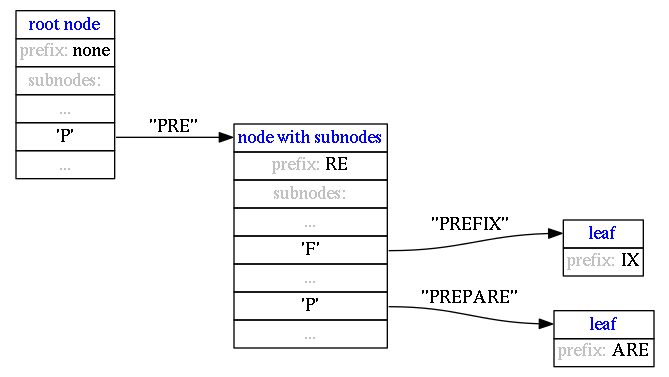
vmxdev/tkvdb keeps this Graphviz diagram as docs/intr_put5.png. Above is the earlier version. Its source is kept beside it as docs/intr_put5.gv.
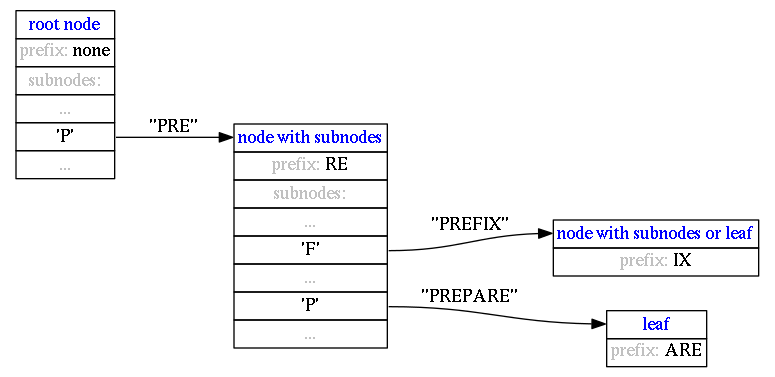
Later version of the same file.

Commit message:
Fix INTERNALS.md, more correct node image

Change to the diagram source:
```diff
@@ -28,7 +28,7 @@
 	node3 [
 		shape = none
 		label = <<table border="0" cellspacing="0">
-			<tr><td port="port1" border="1"><font color="blue">leaf</font></td></tr>
+			<tr><td port="port1" border="1"><font color="blue">node with subnodes or leaf</font></td></tr>
 			<tr><td port="port2" border="1"><font color="gray">prefix:</font> IX</td></tr>
 		</table>>
 	]
```
